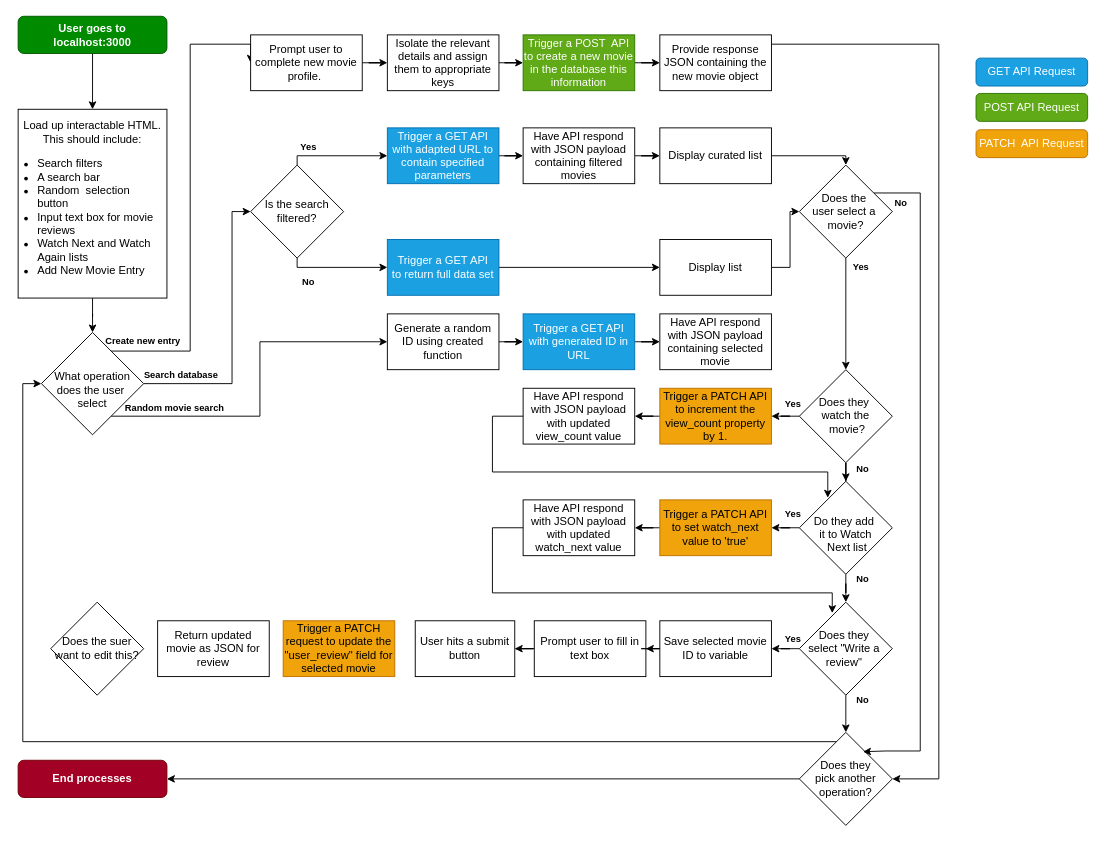
Above: planning_docs/MVP Flow Chart.drawio in SchoolOfCode/week-4-rest-api-hackathon-bc18-room-9 (draw.io), before the change. Source tidied: cells renumbered, new cells numbered last; positions are measured from the earlier drawing's top-left corner, leaving out a move shared by most shapes. Both pictures are drawn from the tidied source at 93%, with x=0, y=0 at pixel (18, 16).
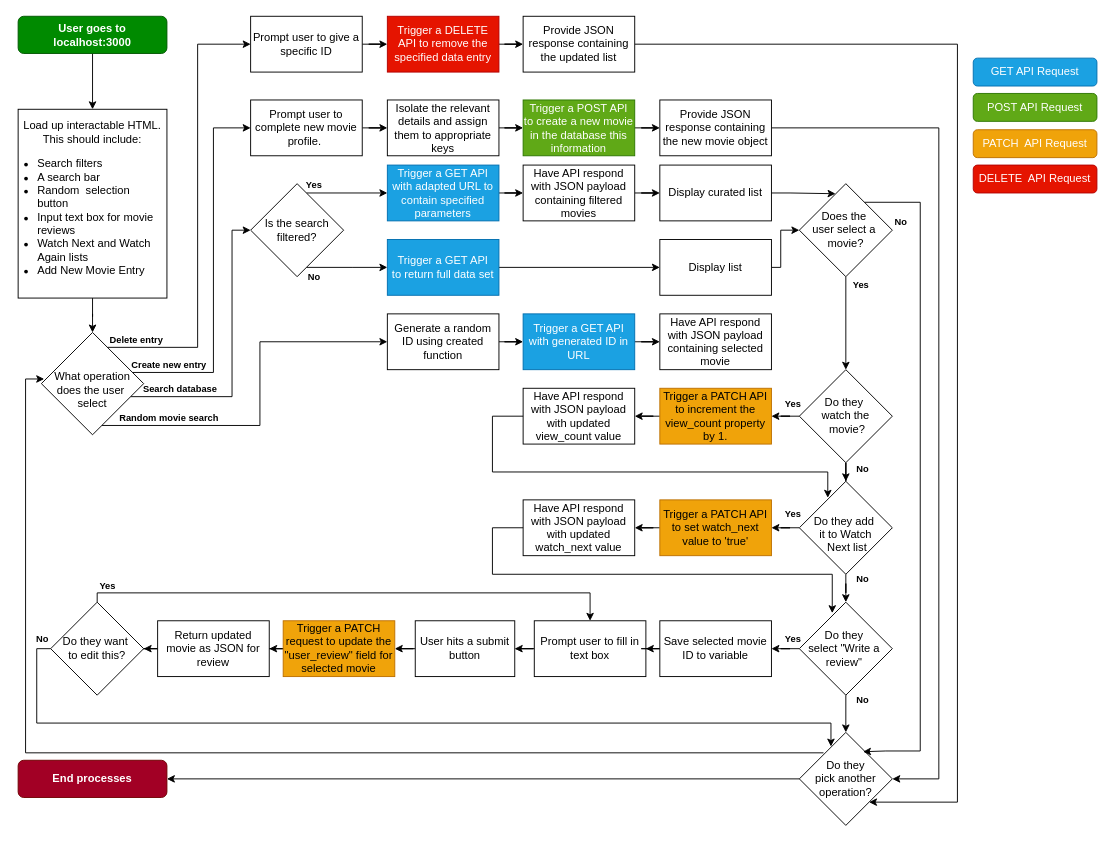
After the change.

Commit message (it also covers changes not shown here):
Updated Flow Chart

Unchanged cells that the change refers to:
```xml
<mxCell id="9" value="&lt;div&gt;&lt;br&gt;&lt;/div&gt;What operation does the user&amp;nbsp;&lt;div&gt;select&lt;/div&gt;" style="rhombus;whiteSpace=wrap;html=1;" parent="1" vertex="1">
  <mxGeometry x="25" y="340" width="110" height="110" as="geometry" />
</mxCell>
<mxCell id="20" value="Trigger a GET API&lt;div&gt;to return full data set&lt;/div&gt;" style="rounded=0;whiteSpace=wrap;html=1;fillColor=#1ba1e2;fontColor=#ffffff;strokeColor=#006EAF;" parent="1" vertex="1">
  <mxGeometry x="397" y="240" width="120" height="60" as="geometry" />
</mxCell>
<mxCell id="22" value="Display list" style="rounded=0;whiteSpace=wrap;html=1;" parent="1" vertex="1">
  <mxGeometry x="690" y="240" width="120" height="60" as="geometry" />
</mxCell>
<mxCell id="27" value="Prompt user to fill in text box" style="rounded=0;whiteSpace=wrap;html=1;" parent="1" vertex="1">
  <mxGeometry x="555" y="650" width="120" height="60" as="geometry" />
</mxCell>
<mxCell id="31" value="User hits a submit button" style="rounded=0;whiteSpace=wrap;html=1;" parent="1" vertex="1">
  <mxGeometry x="427" y="650" width="107" height="60" as="geometry" />
</mxCell>
<mxCell id="32" value="Trigger a PATCH request to update the &quot;user_review&quot; field for selected movie" style="rounded=0;whiteSpace=wrap;html=1;fillColor=#f0a30a;fontColor=#000000;strokeColor=#BD7000;" parent="1" vertex="1">
  <mxGeometry x="285" y="650" width="120" height="60" as="geometry" />
</mxCell>
<mxCell id="33" value="Return updated movie as JSON for review" style="rounded=0;whiteSpace=wrap;html=1;" parent="1" vertex="1">
  <mxGeometry x="150" y="650" width="120" height="60" as="geometry" />
</mxCell>
<mxCell id="38" value="Generate a random ID using created function" style="rounded=0;whiteSpace=wrap;html=1;" parent="1" vertex="1">
  <mxGeometry x="397" y="320" width="120" height="60" as="geometry" />
</mxCell>
<mxCell id="64" value="Have API respond with JSON payload with updated watch_next value" style="rounded=0;whiteSpace=wrap;html=1;" parent="1" vertex="1">
  <mxGeometry x="543" y="520" width="120" height="60" as="geometry" />
</mxCell>
```

Change to the diagram source:
```diff
@@
     <mxCell id="6" style="edgeStyle=orthogonalEdgeStyle;rounded=0;jettySize=auto;html=1;entryX=0;entryY=0.5;entryDx=0;entryDy=0;" parent="1" edge="1" source="9" target="38">
       <mxGeometry relative="1" as="geometry">
         <Array as="points">
-          <mxPoint x="260" y="430" />
+          <mxPoint x="260" y="440" />
           <mxPoint x="260" y="350" />
         </Array>
       </mxGeometry>
     </mxCell>
     <mxCell id="7" style="edgeStyle=orthogonalEdgeStyle;rounded=0;jettySize=auto;html=1;entryX=0;entryY=0.5;entryDx=0;entryDy=0;" parent="1" edge="1" source="9" target="56">
       <mxGeometry relative="1" as="geometry">
         <Array as="points">
-          <mxPoint x="185" y="360" />
-          <mxPoint x="185" y="30" />
+          <mxPoint x="210" y="383" />
+          <mxPoint x="210" y="120" />
         </Array>
       </mxGeometry>
     </mxCell>
     <mxCell id="8" style="edgeStyle=orthogonalEdgeStyle;rounded=0;jettySize=auto;html=1;entryX=0;entryY=0.5;entryDx=0;entryDy=0;" parent="1" edge="1" source="9" target="12">
       <mxGeometry relative="1" as="geometry">
         <Array as="points">
-          <mxPoint x="230" y="395" />
-          <mxPoint x="230" y="210" />
+          <mxPoint x="230" y="409" />
+          <mxPoint x="230" y="230" />
         </Array>
       </mxGeometry>
     </mxCell>
+    <mxCell id="84" style="edgeStyle=orthogonalEdgeStyle;rounded=0;jettySize=auto;html=1;entryX=0;entryY=0.5;entryDx=0;entryDy=0;" parent="1" edge="1" source="9" target="95">
+      <mxGeometry relative="1" as="geometry">
+        <Array as="points">
+          <mxPoint x="193" y="356" />
+          <mxPoint x="193" y="30" />
+        </Array>
+      </mxGeometry>
+    </mxCell>
@@
     <mxCell id="10" style="edgeStyle=orthogonalEdgeStyle;rounded=0;jettySize=auto;html=1;entryX=0;entryY=0.5;entryDx=0;entryDy=0;" parent="1" edge="1" source="12" target="14">
       <mxGeometry relative="1" as="geometry">
         <Array as="points">
-          <mxPoint x="300" y="150" />
+          <mxPoint x="340" y="190" />
+          <mxPoint x="340" y="190" />
         </Array>
       </mxGeometry>
     </mxCell>
     <mxCell id="11" style="edgeStyle=orthogonalEdgeStyle;rounded=0;jettySize=auto;html=1;entryX=0;entryY=0.5;entryDx=0;entryDy=0;" parent="1" edge="1" source="12" target="20">
       <mxGeometry relative="1" as="geometry">
         <Array as="points">
-          <mxPoint x="300" y="270" />
+          <mxPoint x="360" y="270" />
+          <mxPoint x="360" y="270" />
         </Array>
       </mxGeometry>
     </mxCell>
     <mxCell id="12" value="Is the search filtered?" style="rhombus;whiteSpace=wrap;html=1;" parent="1" vertex="1">
-      <mxGeometry x="250" y="160" width="100" height="100" as="geometry" />
+      <mxGeometry x="250" y="180" width="100" height="100" as="geometry" />
     </mxCell>
@@
     <mxCell id="14" value="Trigger a GET API with adapted URL to contain specified parameters" style="rounded=0;whiteSpace=wrap;html=1;fillColor=#1ba1e2;fontColor=#ffffff;strokeColor=#006EAF;" parent="1" vertex="1">
-      <mxGeometry x="397" y="120" width="120" height="60" as="geometry" />
+      <mxGeometry x="397" y="160" width="120" height="60" as="geometry" />
     </mxCell>
@@
     <mxCell id="16" value="Have API respond with JSON payload containing filtered movies" style="rounded=0;whiteSpace=wrap;html=1;" parent="1" vertex="1">
-      <mxGeometry x="543" y="120" width="120" height="60" as="geometry" />
+      <mxGeometry x="543" y="160" width="120" height="60" as="geometry" />
     </mxCell>
-    <mxCell id="17" style="edgeStyle=orthogonalEdgeStyle;rounded=0;jettySize=auto;html=1;entryX=0.5;entryY=0;entryDx=0;entryDy=0;" parent="1" edge="1" source="18" target="49">
-      <mxGeometry relative="1" as="geometry">
-        <Array as="points">
-          <mxPoint x="890" y="150" />
-        </Array>
-      </mxGeometry>
-    </mxCell>
     <mxCell id="18" value="Display curated list" style="rounded=0;whiteSpace=wrap;html=1;" parent="1" vertex="1">
-      <mxGeometry x="690" y="120" width="120" height="60" as="geometry" />
+      <mxGeometry x="690" y="160" width="120" height="60" as="geometry" />
     </mxCell>
@@
     <mxCell id="21" style="edgeStyle=orthogonalEdgeStyle;rounded=0;jettySize=auto;html=1;entryX=0;entryY=0.5;entryDx=0;entryDy=0;" parent="1" edge="1" source="22" target="49">
       <mxGeometry relative="1" as="geometry">
         <Array as="points">
-          <mxPoint x="830" y="270" />
-          <mxPoint x="830" y="210" />
+          <mxPoint x="820" y="270" />
+          <mxPoint x="820" y="230" />
         </Array>
       </mxGeometry>
     </mxCell>
@@
-    <mxCell id="23" style="edgeStyle=orthogonalEdgeStyle;rounded=0;jettySize=auto;html=1;entryX=0;entryY=0.5;entryDx=0;entryDy=0;" parent="1" edge="1" source="25" target="9">
+    <mxCell id="23" style="edgeStyle=orthogonalEdgeStyle;rounded=0;orthogonalLoop=1;jettySize=auto;html=1;entryX=0;entryY=0.5;entryDx=0;entryDy=0;" parent="1" edge="1">
       <mxGeometry relative="1" as="geometry">
+        <mxPoint x="866" y="792" as="sourcePoint" />
+        <mxPoint x="28" y="390" as="targetPoint" />
         <Array as="points">
-          <mxPoint x="5" y="780" />
-          <mxPoint x="5" y="395" />
+          <mxPoint x="8" y="792" />
+          <mxPoint x="8" y="390" />
         </Array>
       </mxGeometry>
     </mxCell>
@@
-    <mxCell id="25" value="Does they&lt;div&gt;pick another operation?&lt;/div&gt;" style="rhombus;whiteSpace=wrap;html=1;" parent="1" vertex="1">
+    <mxCell id="25" value="Do they&lt;div&gt;pick another operation?&lt;/div&gt;" style="rhombus;whiteSpace=wrap;html=1;" parent="1" vertex="1">
       <mxGeometry x="840" y="770" width="100" height="100" as="geometry" />
     </mxCell>
@@
-    <mxCell id="30" value="Does they&amp;nbsp;&lt;div&gt;select &quot;Write a&amp;nbsp;&lt;div&gt;review&quot;&amp;nbsp;&lt;/div&gt;&lt;/div&gt;" style="rhombus;whiteSpace=wrap;html=1;" parent="1" vertex="1">
+    <mxCell id="30" value="Do they&amp;nbsp;&lt;div&gt;select &quot;Write a&amp;nbsp;&lt;div&gt;review&quot;&amp;nbsp;&lt;/div&gt;&lt;/div&gt;" style="rhombus;whiteSpace=wrap;html=1;" parent="1" vertex="1">
       <mxGeometry x="840" y="630" width="100" height="100" as="geometry" />
     </mxCell>
+    <mxCell id="85" style="edgeStyle=orthogonalEdgeStyle;rounded=0;jettySize=auto;html=1;" parent="1" edge="1" source="31" target="32">
+      <mxGeometry relative="1" as="geometry" />
+    </mxCell>
@@
+    <mxCell id="86" style="edgeStyle=orthogonalEdgeStyle;rounded=0;jettySize=auto;html=1;" parent="1" edge="1" source="32" target="33">
+      <mxGeometry relative="1" as="geometry" />
+    </mxCell>
@@
+    <mxCell id="87" style="edgeStyle=orthogonalEdgeStyle;rounded=0;jettySize=auto;html=1;" parent="1" edge="1" source="33" target="34">
+      <mxGeometry relative="1" as="geometry" />
+    </mxCell>
@@
+    <mxCell id="88" style="edgeStyle=orthogonalEdgeStyle;rounded=0;jettySize=auto;html=1;entryX=0.5;entryY=0;entryDx=0;entryDy=0;" parent="1" edge="1" source="34" target="27">
+      <mxGeometry relative="1" as="geometry">
+        <Array as="points">
+          <mxPoint x="85" y="620" />
+          <mxPoint x="615" y="620" />
+        </Array>
+      </mxGeometry>
+    </mxCell>
-    <mxCell id="34" value="Does the suer want to edit this?" style="rhombus;whiteSpace=wrap;html=1;" parent="1" vertex="1">
+    <mxCell id="34" value="Do they want&amp;nbsp;&lt;div&gt;to edit this?&lt;/div&gt;" style="rhombus;whiteSpace=wrap;html=1;" parent="1" vertex="1">
       <mxGeometry x="35" y="630" width="100" height="100" as="geometry" />
     </mxCell>
@@
-    <mxCell id="44" value="Does they&amp;nbsp;&lt;div&gt;watch the&lt;/div&gt;&lt;div&gt;&amp;nbsp;movie?&lt;/div&gt;" style="rhombus;whiteSpace=wrap;html=1;" parent="1" vertex="1">
+    <mxCell id="44" value="Do they&amp;nbsp;&lt;div&gt;watch the&lt;/div&gt;&lt;div&gt;&amp;nbsp;movie?&lt;/div&gt;" style="rhombus;whiteSpace=wrap;html=1;" parent="1" vertex="1">
       <mxGeometry x="840" y="380" width="100" height="100" as="geometry" />
     </mxCell>
@@
     <mxCell id="48" style="edgeStyle=orthogonalEdgeStyle;rounded=0;jettySize=auto;html=1;entryX=0.685;entryY=0.208;entryDx=0;entryDy=0;entryPerimeter=0;" parent="1" edge="1" source="49" target="25">
       <mxGeometry relative="1" as="geometry">
         <Array as="points">
-          <mxPoint x="970" y="190" />
+          <mxPoint x="970" y="200" />
           <mxPoint x="970" y="790" />
           <mxPoint x="933" y="790" />
         </Array>
       </mxGeometry>
     </mxCell>
     <mxCell id="49" value="Does the&amp;nbsp;&lt;div&gt;user select a&amp;nbsp; movie?&lt;/div&gt;" style="rhombus;whiteSpace=wrap;html=1;" parent="1" vertex="1">
-      <mxGeometry x="840" y="160" width="100" height="100" as="geometry" />
+      <mxGeometry x="840" y="180" width="100" height="100" as="geometry" />
     </mxCell>
@@
     <mxCell id="56" value="Prompt user to complete new movie profile.&amp;nbsp;" style="rounded=0;whiteSpace=wrap;html=1;" parent="1" vertex="1">
-      <mxGeometry x="250" y="20" width="120" height="60" as="geometry" />
+      <mxGeometry x="250" y="90" width="120" height="60" as="geometry" />
     </mxCell>
@@
     <mxCell id="58" value="Isolate the relevant details and assign them to appropriate keys" style="rounded=0;whiteSpace=wrap;html=1;" parent="1" vertex="1">
-      <mxGeometry x="397" y="20" width="120" height="60" as="geometry" />
+      <mxGeometry x="397" y="90" width="120" height="60" as="geometry" />
     </mxCell>
@@
-    <mxCell id="60" value="Trigger a POST&amp;nbsp; API to create a new movie in the database this information" style="rounded=0;whiteSpace=wrap;html=1;fillColor=#60a917;fontColor=#ffffff;strokeColor=#2D7600;" parent="1" vertex="1">
-      <mxGeometry x="543" y="20" width="120" height="60" as="geometry" />
+    <mxCell id="60" value="Trigger a POST API to create a new movie in the database this information" style="rounded=0;whiteSpace=wrap;html=1;fillColor=#60a917;fontColor=#ffffff;strokeColor=#2D7600;" parent="1" vertex="1">
+      <mxGeometry x="543" y="90" width="120" height="60" as="geometry" />
     </mxCell>
     <mxCell id="61" style="edgeStyle=orthogonalEdgeStyle;rounded=0;jettySize=auto;html=1;" parent="1" edge="1" source="62" target="25">
       <mxGeometry relative="1" as="geometry">
         <Array as="points">
-          <mxPoint x="990" y="30" />
+          <mxPoint x="990" y="120" />
           <mxPoint x="990" y="820" />
         </Array>
       </mxGeometry>
     </mxCell>
-    <mxCell id="62" value="Provide response JSON containing the new movie object" style="rounded=0;whiteSpace=wrap;html=1;" parent="1" vertex="1">
-      <mxGeometry x="690" y="20" width="120" height="60" as="geometry" />
+    <mxCell id="62" value="Provide JSON response containing the new movie object" style="rounded=0;whiteSpace=wrap;html=1;" parent="1" vertex="1">
+      <mxGeometry x="690" y="90" width="120" height="60" as="geometry" />
     </mxCell>
@@
     <mxCell id="66" value="&lt;b&gt;Create new entry&lt;/b&gt;" style="text;html=1;align=center;verticalAlign=middle;strokeColor=none;fillColor=none;fontSize=10;" parent="1" vertex="1">
-      <mxGeometry x="84" y="334" width="100" height="30" as="geometry" />
+      <mxGeometry x="112" y="360" width="100" height="30" as="geometry" />
     </mxCell>
     <mxCell id="67" value="&lt;font style=&quot;font-size: 10px;&quot;&gt;&lt;b&gt;Search database&lt;/b&gt;&lt;/font&gt;" style="text;html=1;align=center;verticalAlign=middle;strokeColor=none;fillColor=none;" parent="1" vertex="1">
-      <mxGeometry x="125" y="370" width="100" height="30" as="geometry" />
+      <mxGeometry x="124" y="386" width="100" height="30" as="geometry" />
     </mxCell>
     <mxCell id="68" value="&lt;font style=&quot;font-size: 10px;&quot;&gt;&lt;b&gt;Random movie search&lt;/b&gt;&lt;/font&gt;" style="text;html=1;align=center;verticalAlign=middle;strokeColor=none;fillColor=none;" parent="1" vertex="1">
-      <mxGeometry x="103" y="406" width="130" height="30" as="geometry" />
+      <mxGeometry x="97" y="417" width="130" height="30" as="geometry" />
     </mxCell>
     <mxCell id="69" value="&lt;font style=&quot;font-size: 10px;&quot;&gt;&lt;b&gt;Yes&lt;/b&gt;&lt;/font&gt;" style="text;html=1;align=center;verticalAlign=middle;strokeColor=none;fillColor=none;" parent="1" vertex="1">
-      <mxGeometry x="292" y="125" width="40" height="30" as="geometry" />
+      <mxGeometry x="298" y="166" width="40" height="30" as="geometry" />
     </mxCell>
     <mxCell id="70" value="&lt;font style=&quot;font-size: 10px;&quot;&gt;&lt;b&gt;No&lt;/b&gt;&lt;/font&gt;" style="text;html=1;align=center;verticalAlign=middle;strokeColor=none;fillColor=none;" parent="1" vertex="1">
-      <mxGeometry x="292" y="270" width="40" height="30" as="geometry" />
+      <mxGeometry x="298" y="265" width="40" height="30" as="geometry" />
     </mxCell>
     <mxCell id="71" value="&lt;b&gt;No&lt;/b&gt;" style="text;html=1;align=center;verticalAlign=middle;strokeColor=none;fillColor=none;fontSize=10;" parent="1" vertex="1">
-      <mxGeometry x="929" y="186" width="40" height="30" as="geometry" />
+      <mxGeometry x="929" y="206" width="40" height="30" as="geometry" />
     </mxCell>
     <mxCell id="72" value="&lt;b&gt;Yes&lt;/b&gt;" style="text;html=1;align=center;verticalAlign=middle;strokeColor=none;fillColor=none;fontSize=10;" parent="1" vertex="1">
-      <mxGeometry x="886" y="254" width="40" height="30" as="geometry" />
+      <mxGeometry x="886" y="274" width="40" height="30" as="geometry" />
     </mxCell>
@@
     <mxCell id="78" style="edgeStyle=orthogonalEdgeStyle;rounded=0;jettySize=auto;html=1;entryX=0.354;entryY=0.118;entryDx=0;entryDy=0;entryPerimeter=0;" parent="1" edge="1" source="64" target="30">
       <mxGeometry relative="1" as="geometry">
         <Array as="points">
           <mxPoint x="510" y="550" />
-          <mxPoint x="510" y="620" />
-          <mxPoint x="875" y="620" />
+          <mxPoint x="510" y="600" />
+          <mxPoint x="875" y="600" />
         </Array>
       </mxGeometry>
     </mxCell>
@@
     <mxCell id="81" value="&lt;span style=&quot;color: rgb(255, 255, 255);&quot;&gt;GET API Request&lt;/span&gt;" style="rounded=1;whiteSpace=wrap;html=1;fillColor=#1ba1e2;flipV=1;fontColor=#ffffff;strokeColor=#006EAF;" parent="1" vertex="1">
-      <mxGeometry x="1030" y="45" width="120" height="30" as="geometry" />
+      <mxGeometry x="1027" y="45" width="133" height="30" as="geometry" />
     </mxCell>
     <mxCell id="82" value="&lt;span style=&quot;color: rgb(255, 255, 255);&quot;&gt;POST API Request&lt;/span&gt;" style="rounded=1;whiteSpace=wrap;html=1;fillColor=#60a917;flipV=1;fontColor=#ffffff;strokeColor=#2D7600;" parent="1" vertex="1">
-      <mxGeometry x="1030" y="83" width="120" height="30" as="geometry" />
+      <mxGeometry x="1027" y="83" width="133" height="30" as="geometry" />
     </mxCell>
     <mxCell id="83" value="&lt;span style=&quot;color: rgb(255, 255, 255);&quot;&gt;PATCH&amp;nbsp; API Request&lt;/span&gt;" style="rounded=1;whiteSpace=wrap;html=1;fillColor=#f0a30a;flipV=1;fontColor=#000000;strokeColor=#BD7000;" parent="1" vertex="1">
-      <mxGeometry x="1030" y="122" width="120" height="30" as="geometry" />
+      <mxGeometry x="1027" y="122" width="133" height="30" as="geometry" />
     </mxCell>
+    <mxCell id="89" value="&lt;span style=&quot;color: rgb(255, 255, 255);&quot;&gt;DELETE&amp;nbsp; API Request&lt;/span&gt;" style="rounded=1;whiteSpace=wrap;html=1;fillColor=#e51400;flipV=1;fontColor=#ffffff;strokeColor=#B20000;" parent="1" vertex="1">
+      <mxGeometry x="1027" y="160" width="133" height="30" as="geometry" />
+    </mxCell>
+    <mxCell id="90" style="edgeStyle=orthogonalEdgeStyle;rounded=0;jettySize=auto;html=1;entryX=0.34;entryY=0.152;entryDx=0;entryDy=0;entryPerimeter=0;" parent="1" edge="1" source="34" target="25">
+      <mxGeometry relative="1" as="geometry">
+        <Array as="points">
+          <mxPoint x="20" y="680" />
+          <mxPoint x="20" y="760" />
+          <mxPoint x="874" y="760" />
+        </Array>
+      </mxGeometry>
+    </mxCell>
+    <mxCell id="91" value="&lt;font style=&quot;font-size: 10px;&quot;&gt;&lt;b&gt;No&lt;/b&gt;&lt;/font&gt;" style="text;html=1;align=center;verticalAlign=middle;strokeColor=none;fillColor=none;" parent="1" vertex="1">
+      <mxGeometry x="6" y="654" width="40" height="30" as="geometry" />
+    </mxCell>
+    <mxCell id="92" value="&lt;b&gt;Yes&lt;/b&gt;" style="text;html=1;align=center;verticalAlign=middle;strokeColor=none;fillColor=none;fontSize=10;" parent="1" vertex="1">
+      <mxGeometry x="76" y="597" width="40" height="30" as="geometry" />
+    </mxCell>
+    <mxCell id="17" style="edgeStyle=orthogonalEdgeStyle;rounded=0;jettySize=auto;html=1;entryX=0.389;entryY=0.108;entryDx=0;entryDy=0;entryPerimeter=0;" parent="1" edge="1" source="18" target="49">
+      <mxGeometry relative="1" as="geometry" />
+    </mxCell>
+    <mxCell id="93" value="&lt;b&gt;Delete entry&lt;/b&gt;" style="text;html=1;align=center;verticalAlign=middle;strokeColor=none;fillColor=none;fontSize=10;" parent="1" vertex="1">
+      <mxGeometry x="87" y="333" width="80" height="30" as="geometry" />
+    </mxCell>
+    <mxCell id="94" style="edgeStyle=orthogonalEdgeStyle;rounded=0;jettySize=auto;html=1;" parent="1" edge="1" source="95" target="97">
+      <mxGeometry relative="1" as="geometry" />
+    </mxCell>
+    <mxCell id="95" value="Prompt user to give a specific ID" style="rounded=0;whiteSpace=wrap;html=1;" parent="1" vertex="1">
+      <mxGeometry x="250" width="120" height="60" as="geometry" />
+    </mxCell>
+    <mxCell id="96" style="edgeStyle=orthogonalEdgeStyle;rounded=0;jettySize=auto;html=1;" parent="1" edge="1" source="97" target="99">
+      <mxGeometry relative="1" as="geometry" />
+    </mxCell>
+    <mxCell id="97" value="Trigger a DELETE API to remove the specified data entry" style="rounded=0;whiteSpace=wrap;html=1;fillColor=#e51400;fontColor=#ffffff;strokeColor=#B20000;" parent="1" vertex="1">
+      <mxGeometry x="397" width="120" height="60" as="geometry" />
+    </mxCell>
+    <mxCell id="98" style="edgeStyle=orthogonalEdgeStyle;rounded=0;jettySize=auto;html=1;entryX=1;entryY=1;entryDx=0;entryDy=0;" parent="1" edge="1" source="99" target="25">
+      <mxGeometry relative="1" as="geometry">
+        <Array as="points">
+          <mxPoint x="1010" y="30" />
+          <mxPoint x="1010" y="845" />
+        </Array>
+      </mxGeometry>
+    </mxCell>
+    <mxCell id="99" value="Provide JSON response containing the updated list" style="rounded=0;whiteSpace=wrap;html=1;" parent="1" vertex="1">
+      <mxGeometry x="543" width="120" height="60" as="geometry" />
+    </mxCell>
```
